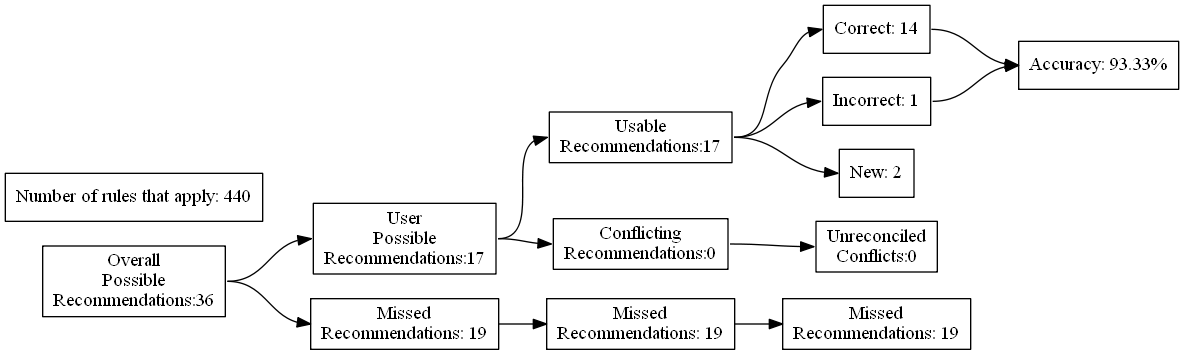
Before: test_renders/77.gv.png, a diagram exported from Graphviz (ZaxR/ibd_diet_analysis). Its source is kept beside it as test_renders/77.gv.
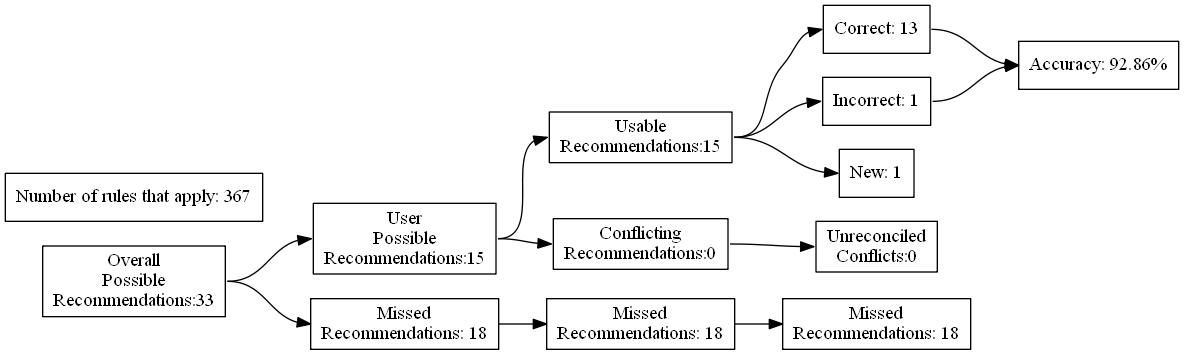
The same diagram one commit later.

What changed in the source:
```diff
@@ -4,27 +4,27 @@
 	edge [headport=w tailport=e]
 		A [label="Overall
 Possible
-Recommendations:36"]
+Recommendations:33"]
 		B [label="User
 Possible
-Recommendations:17"]
+Recommendations:15"]
 		C [label="Missed
-Recommendations: 19"]
+Recommendations: 18"]
 		D [label="Usable
-Recommendations:17"]
+Recommendations:15"]
 		E [label="Conflicting
 Recommendations:0"]
 		J [label="Missed
-Recommendations: 19"]
+Recommendations: 18"]
 		M [label="Unreconciled
 Conflicts:0"]
-		F [label="Correct: 14"]
+		F [label="Correct: 13"]
 		G [label="Incorrect: 1"]
-		H [label="New: 2"]
+		H [label="New: 1"]
 		K [label="Missed
-Recommendations: 19"]
-		I [label="Accuracy: 93.33%"]
-		l [label="Number of rules that apply: 440"]
+Recommendations: 18"]
+		I [label="Accuracy: 92.86%"]
+		l [label="Number of rules that apply: 367"]
 			A -> B
 			A -> C
 			B -> D
```
